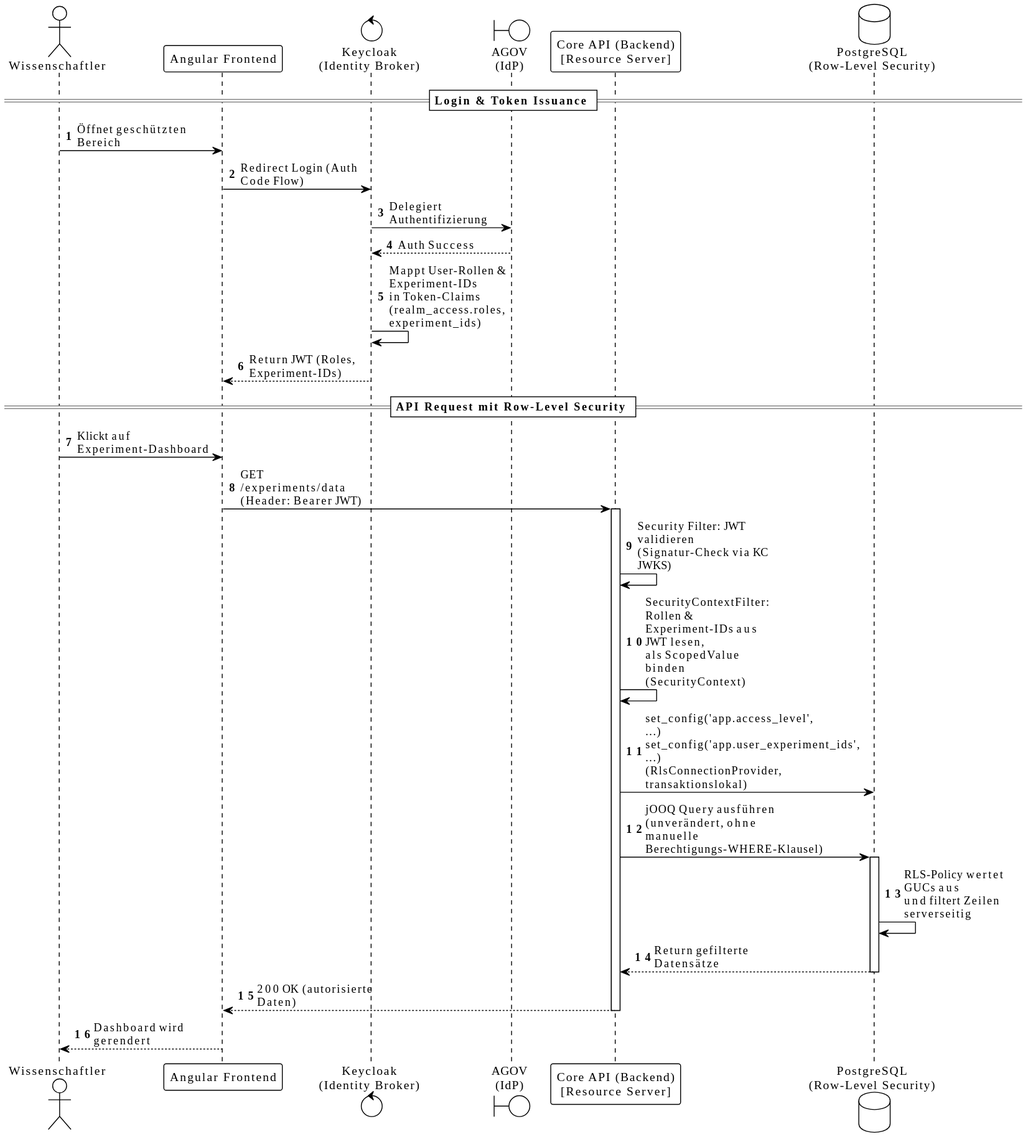
The PlantUML diagram documentation/architecture/images/seq-login-sso.svg in swisstopo/lg-monteis, before a commit.
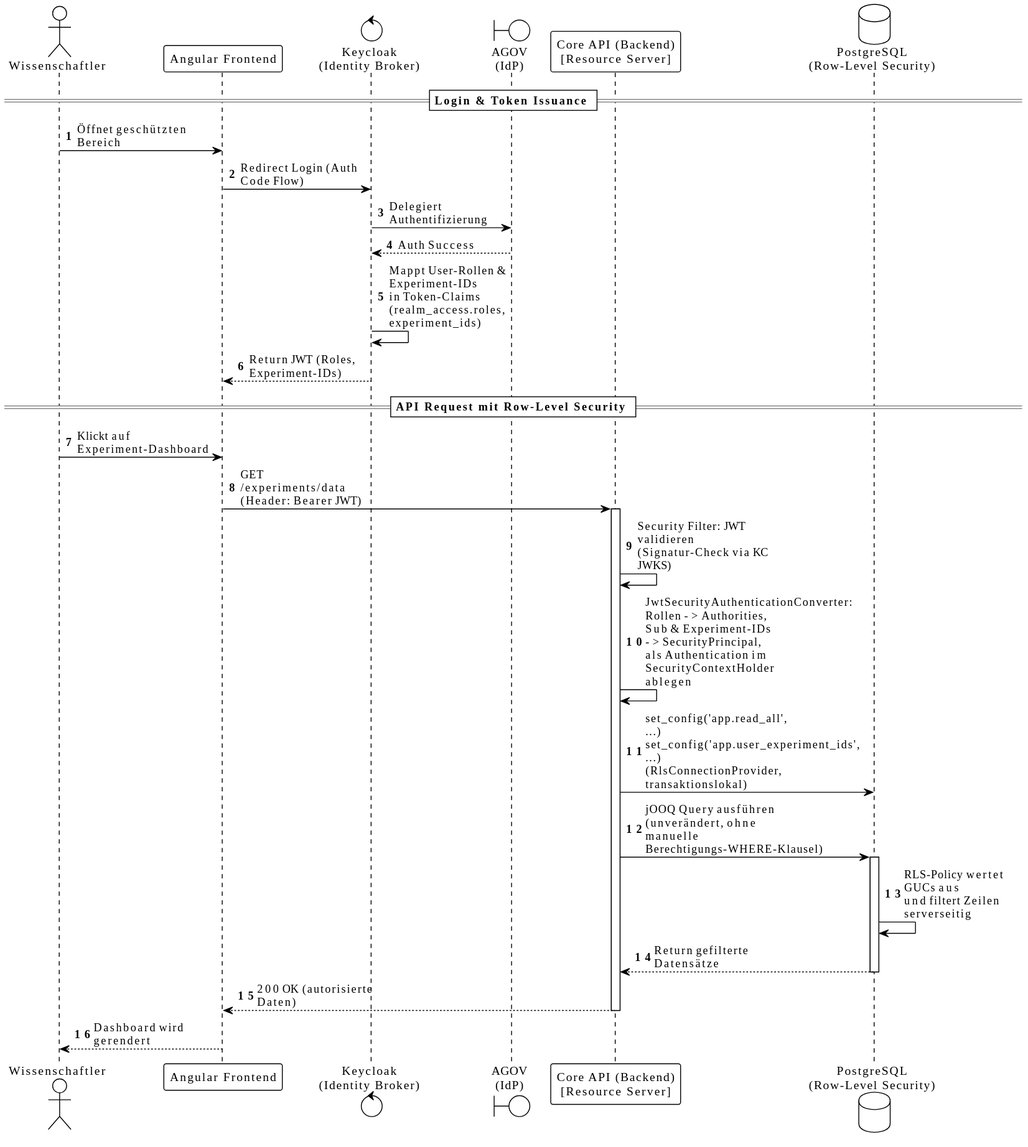
After the commit.

What changed in the source:
```diff
@@ -162,9 +162,9 @@
 activate Backend
 
 Backend -> Backend : Security Filter: JWT validieren\n(Signatur-Check via KC JWKS)
-Backend -> Backend : SecurityContextFilter: Rollen &\nExperiment-IDs aus JWT lesen,\nals ScopedValue binden (SecurityContext)
+Backend -> Backend : JwtSecurityAuthenticationConverter: Rollen -> Authorities,\nSub & Experiment-IDs -> SecurityPrincipal,\nals Authentication im SecurityContextHolder ablegen
 
-Backend -> DB : set_config('app.access_level', ...)\nset_config('app.user_experiment_ids', ...)\n(RlsConnectionProvider, transaktionslokal)
+Backend -> DB : set_config('app.read_all', ...)\nset_config('app.user_experiment_ids', ...)\n(RlsConnectionProvider, transaktionslokal)
 Backend -> DB : jOOQ Query ausführen\n(unverändert, ohne manuelle\nBerechtigungs-WHERE-Klausel)
 activate DB
 DB -> DB : RLS-Policy wertet GUCs aus\nund filtert Zeilen serverseitig
```
